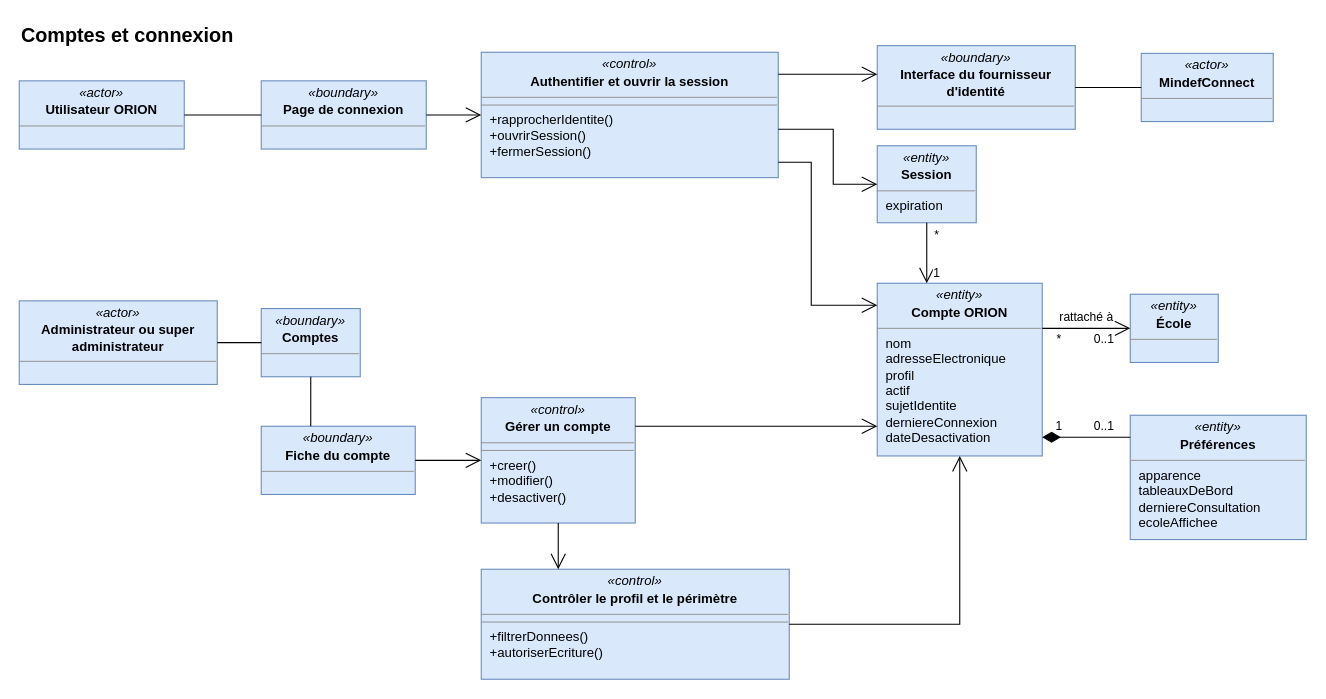
The draw.io diagram page "Comptes et connexion" (4 of 5) of docs/02-ANALYSE/03-ANALYSE/02-DIAGRAMME-CLASSES-ANALYSE.drawio in bpierrelouis/aster, before the edit. Source tidied: cells renumbered, new cells numbered last; positions are measured from the earlier drawing's top-left corner, leaving out a move shared by most shapes. Both pictures are drawn from the tidied source at 110%, with x=0, y=0 at pixel (19, 19).
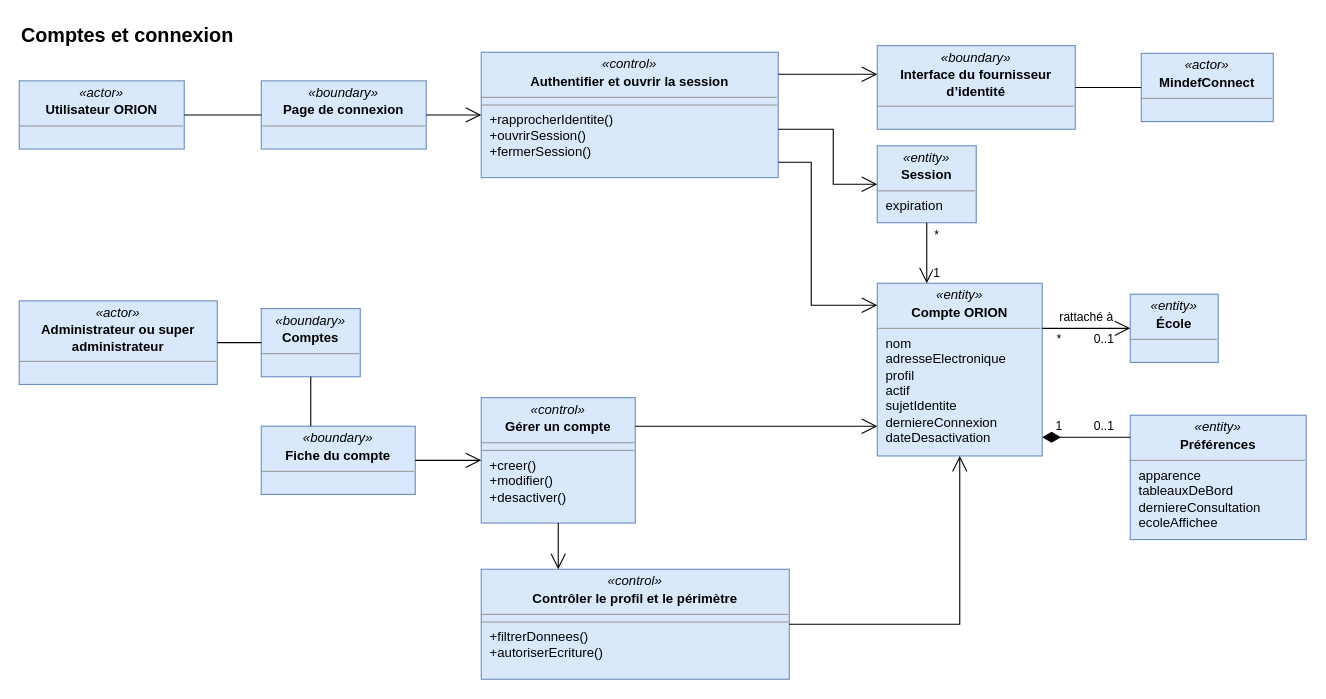
Above is the later version.

Diff of the diagram source:
```diff
@@
-    <mxCell id="7" value="&lt;p style=&quot;margin:0;margin-top:4px;text-align:center;&quot;&gt;&lt;i&gt;«boundary»&lt;/i&gt;&lt;/p&gt;&lt;p style=&quot;margin:0;margin-top:2px;text-align:center;&quot;&gt;&lt;b&gt;Interface du fournisseur d'identité&lt;/b&gt;&lt;/p&gt;&lt;hr size=&quot;1&quot;/&gt;" style="verticalAlign=top;align=left;overflow=fill;html=1;whiteSpace=wrap;fontSize=12;fillColor=#dae8fc;strokeColor=#6c8ebf;" parent="1" vertex="1">
+    <mxCell id="7" value="&lt;p style=&quot;margin:0;margin-top:4px;text-align:center;&quot;&gt;&lt;i&gt;«boundary»&lt;/i&gt;&lt;/p&gt;&lt;p style=&quot;margin:0;margin-top:2px;text-align:center;&quot;&gt;&lt;b&gt;Interface du fournisseur d’identité&lt;/b&gt;&lt;/p&gt;&lt;hr size=&quot;1&quot;/&gt;" style="verticalAlign=top;align=left;overflow=fill;html=1;whiteSpace=wrap;fontSize=12;fillColor=#dae8fc;strokeColor=#6c8ebf;" parent="1" vertex="1">
       <mxGeometry x="780" y="24" width="180" height="76" as="geometry" />
     </mxCell>
```
